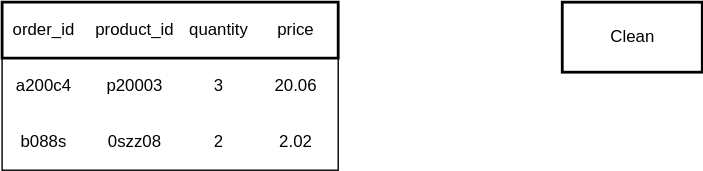
The draw.io diagram design/implicit-pipeline.drawio.svg in HSV-AI/product-recommendation, before a commit. Source tidied: cells renumbered, new cells last; positions are measured from the earlier drawing's top-left corner, leaving out a move shared by most shapes.
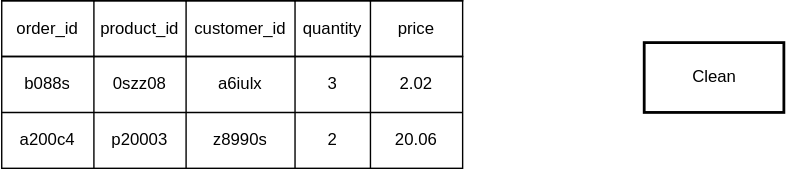
Later version of the same file.

Commit message:
Added customer_id to transactions.

Diff of the diagram source:
```diff
@@ -2,56 +2,65 @@
   <root>
     <mxCell id="0" />
     <mxCell id="1" parent="0" />
-    <mxCell id="2" style="shape=table;html=1;whiteSpace=wrap;startSize=0;columnLines=0;rowLines=0;" parent="1" vertex="1">
-      <mxGeometry width="240" height="120" as="geometry" />
-    </mxCell>
-    <mxCell id="3" style="shape=partialRectangle;html=1;whiteSpace=wrap;fillColor=none;top=1;left=1;bottom=1;right=1;strokeWidth=2;" parent="2" vertex="1">
-      <mxGeometry width="240" height="40" as="geometry" />
-    </mxCell>
+    <mxCell id="18" value="Clean" style="html=1;dashed=0;whitespace=wrap;strokeWidth=2;" parent="1" vertex="1">
+      <mxGeometry x="400" width="100" height="50" as="geometry" />
+    </mxCell>
+    <mxCell id="19" style="shape=table;startSize=0;" parent="1" vertex="1">
+      <mxGeometry x="-60" y="-30" width="330" height="120" as="geometry" />
+    </mxCell>
+    <mxCell id="20" style="shape=partialRectangle;fillColor=none;top=0;left=0;bottom=0;right=0;" parent="19" vertex="1">
+      <mxGeometry width="330" height="40" as="geometry" />
+    </mxCell>
-    <mxCell id="4" value="order_id" style="shape=partialRectangle;html=1;whiteSpace=wrap;fillColor=none;top=0;left=0;bottom=0;right=0;overflow=hidden;" parent="3" vertex="1">
-      <mxGeometry width="60" height="40" as="geometry" />
+    <mxCell id="4" value="order_id" style="shape=partialRectangle;html=1;whiteSpace=wrap;overflow=hidden;fillColor=none;top=1;left=0;bottom=1;right=0;" parent="20" vertex="1">
+      <mxGeometry width="66" height="40" as="geometry" />
     </mxCell>
-    <mxCell id="5" value="product_id" style="shape=partialRectangle;html=1;whiteSpace=wrap;fillColor=none;top=0;left=0;bottom=0;right=0;overflow=hidden;" parent="3" vertex="1">
-      <mxGeometry x="60" width="70" height="40" as="geometry" />
+    <mxCell id="5" value="product_id" style="shape=partialRectangle;html=1;whiteSpace=wrap;overflow=hidden;fillColor=none;top=1;left=0;bottom=1;right=0;" parent="20" vertex="1">
+      <mxGeometry x="66" width="66" height="40" as="geometry" />
     </mxCell>
+    <mxCell id="21" value="customer_id" style="shape=partialRectangle;html=1;whiteSpace=wrap;overflow=hidden;fillColor=none;top=1;left=0;bottom=1;right=0;" parent="20" vertex="1">
+      <mxGeometry x="132" width="78" height="40" as="geometry" />
+    </mxCell>
-    <mxCell id="6" value="quantity" style="shape=partialRectangle;html=1;whiteSpace=wrap;fillColor=none;top=0;left=0;bottom=0;right=0;overflow=hidden;" parent="3" vertex="1">
-      <mxGeometry x="130" width="50" height="40" as="geometry" />
+    <mxCell id="6" value="quantity" style="shape=partialRectangle;html=1;whiteSpace=wrap;overflow=hidden;fillColor=none;top=1;left=0;bottom=1;right=0;" parent="20" vertex="1">
+      <mxGeometry x="210" width="54" height="40" as="geometry" />
     </mxCell>
-    <mxCell id="7" value="price" style="shape=partialRectangle;html=1;whiteSpace=wrap;fillColor=none;top=0;left=0;bottom=0;right=0;overflow=hidden;" parent="3" vertex="1">
-      <mxGeometry x="180" width="60" height="40" as="geometry" />
+    <mxCell id="7" value="price" style="shape=partialRectangle;html=1;whiteSpace=wrap;overflow=hidden;fillColor=none;top=1;left=0;bottom=1;right=0;" parent="20" vertex="1">
+      <mxGeometry x="264" width="66" height="40" as="geometry" />
     </mxCell>
-    <mxCell id="8" style="shape=partialRectangle;html=1;whiteSpace=wrap;fillColor=none;top=0;left=0;bottom=0;right=0;" parent="2" vertex="1">
-      <mxGeometry y="40" width="240" height="40" as="geometry" />
-    </mxCell>
+    <mxCell id="22" style="shape=partialRectangle;fillColor=none;top=0;left=0;bottom=0;right=0;" parent="19" vertex="1">
+      <mxGeometry y="40" width="330" height="40" as="geometry" />
+    </mxCell>
+    <mxCell id="14" value="b088s" style="shape=partialRectangle;html=1;whiteSpace=wrap;overflow=hidden;fillColor=none;top=0;left=0;bottom=0;right=0;" parent="22" vertex="1">
+      <mxGeometry width="66" height="40" as="geometry" />
+    </mxCell>
+    <mxCell id="15" value="0szz08" style="shape=partialRectangle;html=1;whiteSpace=wrap;overflow=hidden;fillColor=none;top=0;left=0;bottom=0;right=0;" parent="22" vertex="1">
+      <mxGeometry x="66" width="66" height="40" as="geometry" />
+    </mxCell>
+    <mxCell id="23" value="a6iulx" style="shape=partialRectangle;html=1;whiteSpace=wrap;overflow=hidden;fillColor=none;top=0;left=0;bottom=0;right=0;" parent="22" vertex="1">
+      <mxGeometry x="132" width="78" height="40" as="geometry" />
+    </mxCell>
+    <mxCell id="11" value="3" style="shape=partialRectangle;html=1;whiteSpace=wrap;overflow=hidden;fillColor=none;top=0;left=0;bottom=0;right=0;" parent="22" vertex="1">
+      <mxGeometry x="210" width="54" height="40" as="geometry" />
+    </mxCell>
+    <mxCell id="17" value="2.02" style="shape=partialRectangle;html=1;whiteSpace=wrap;overflow=hidden;fillColor=none;top=0;left=0;bottom=0;right=0;" parent="22" vertex="1">
+      <mxGeometry x="264" width="66" height="40" as="geometry" />
+    </mxCell>
+    <mxCell id="24" style="shape=partialRectangle;fillColor=none;top=0;left=0;bottom=0;right=0;" parent="19" vertex="1">
+      <mxGeometry y="80" width="330" height="40" as="geometry" />
+    </mxCell>
-    <mxCell id="9" value="a200c4" style="shape=partialRectangle;html=1;whiteSpace=wrap;fillColor=none;top=0;left=0;bottom=0;right=0;overflow=hidden;" parent="8" vertex="1">
-      <mxGeometry width="60" height="40" as="geometry" />
+    <mxCell id="9" value="a200c4" style="shape=partialRectangle;html=1;whiteSpace=wrap;overflow=hidden;fillColor=none;top=0;left=0;bottom=0;right=0;" parent="24" vertex="1">
+      <mxGeometry width="66" height="40" as="geometry" />
     </mxCell>
-    <mxCell id="10" value="p20003" style="shape=partialRectangle;html=1;whiteSpace=wrap;fillColor=none;top=0;left=0;bottom=0;right=0;overflow=hidden;" parent="8" vertex="1">
-      <mxGeometry x="60" width="70" height="40" as="geometry" />
+    <mxCell id="10" value="p20003" style="shape=partialRectangle;html=1;whiteSpace=wrap;overflow=hidden;fillColor=none;top=0;left=0;bottom=0;right=0;" parent="24" vertex="1">
+      <mxGeometry x="66" width="66" height="40" as="geometry" />
     </mxCell>
-    <mxCell id="11" value="3" style="shape=partialRectangle;html=1;whiteSpace=wrap;fillColor=none;top=0;left=0;bottom=0;right=0;overflow=hidden;" parent="8" vertex="1">
-      <mxGeometry x="130" width="50" height="40" as="geometry" />
-    </mxCell>
+    <mxCell id="25" value="z8990s" style="shape=partialRectangle;html=1;whiteSpace=wrap;overflow=hidden;fillColor=none;top=0;left=0;bottom=0;right=0;" parent="24" vertex="1">
+      <mxGeometry x="132" width="78" height="40" as="geometry" />
+    </mxCell>
+    <mxCell id="16" value="2" style="shape=partialRectangle;html=1;whiteSpace=wrap;overflow=hidden;fillColor=none;top=0;left=0;bottom=0;right=0;" parent="24" vertex="1">
+      <mxGeometry x="210" width="54" height="40" as="geometry" />
+    </mxCell>
-    <mxCell id="12" value="20.06" style="shape=partialRectangle;html=1;whiteSpace=wrap;fillColor=none;top=0;left=0;bottom=0;right=0;overflow=hidden;" parent="8" vertex="1">
-      <mxGeometry x="180" width="60" height="40" as="geometry" />
+    <mxCell id="12" value="20.06" style="shape=partialRectangle;html=1;whiteSpace=wrap;overflow=hidden;fillColor=none;top=0;left=0;bottom=0;right=0;" parent="24" vertex="1">
+      <mxGeometry x="264" width="66" height="40" as="geometry" />
     </mxCell>
-    <mxCell id="13" style="shape=partialRectangle;html=1;whiteSpace=wrap;fillColor=none;top=0;left=0;bottom=0;right=0;" parent="2" vertex="1">
-      <mxGeometry y="80" width="240" height="40" as="geometry" />
-    </mxCell>
-    <mxCell id="14" value="b088s" style="shape=partialRectangle;html=1;whiteSpace=wrap;fillColor=none;top=0;left=0;bottom=0;right=0;overflow=hidden;" parent="13" vertex="1">
-      <mxGeometry width="60" height="40" as="geometry" />
-    </mxCell>
-    <mxCell id="15" value="0szz08" style="shape=partialRectangle;html=1;whiteSpace=wrap;fillColor=none;top=0;left=0;bottom=0;right=0;overflow=hidden;" parent="13" vertex="1">
-      <mxGeometry x="60" width="70" height="40" as="geometry" />
-    </mxCell>
-    <mxCell id="16" value="2" style="shape=partialRectangle;html=1;whiteSpace=wrap;fillColor=none;top=0;left=0;bottom=0;right=0;overflow=hidden;" parent="13" vertex="1">
-      <mxGeometry x="130" width="50" height="40" as="geometry" />
-    </mxCell>
-    <mxCell id="17" value="2.02" style="shape=partialRectangle;html=1;whiteSpace=wrap;fillColor=none;top=0;left=0;bottom=0;right=0;overflow=hidden;" parent="13" vertex="1">
-      <mxGeometry x="180" width="60" height="40" as="geometry" />
-    </mxCell>
-    <mxCell id="18" value="Clean" style="html=1;dashed=0;whitespace=wrap;strokeWidth=2;" parent="1" vertex="1">
-      <mxGeometry x="400" width="100" height="50" as="geometry" />
-    </mxCell>
   </root>
 </mxGraphModel>
```
